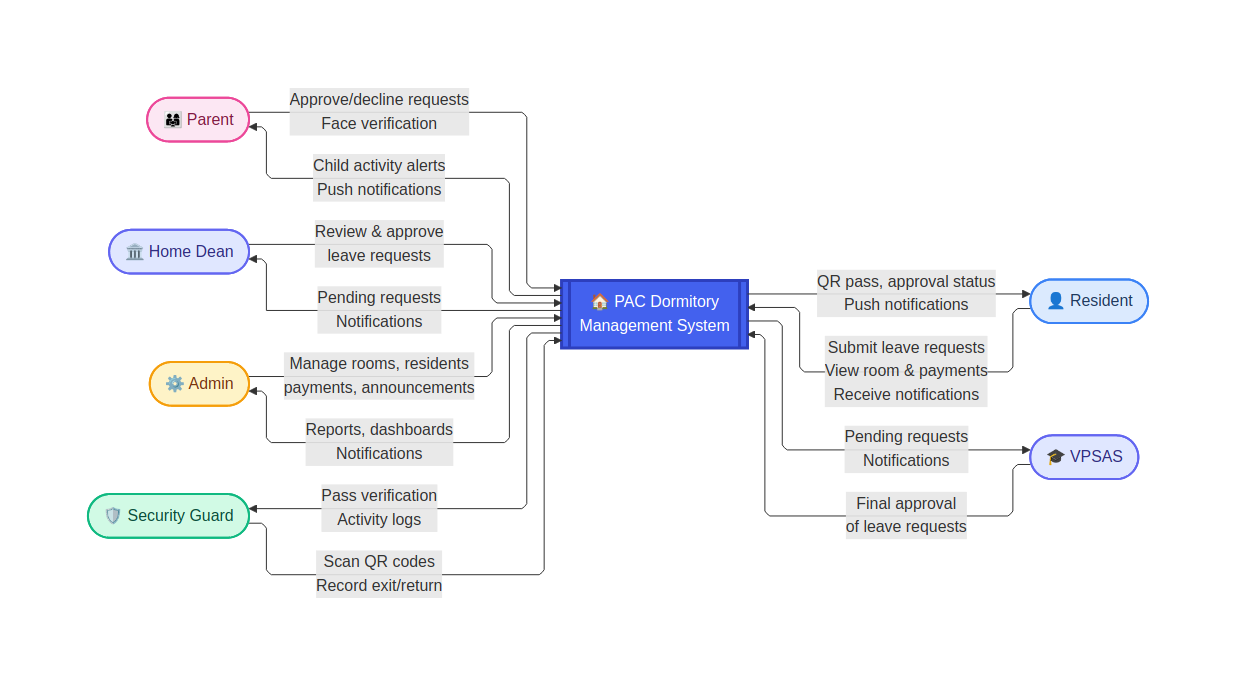
Earlier version of the Mermaid export docs/context-diagram.png (manuelortega13/dormitory-management-system). Its source is kept beside it as docs/context-diagram.mmd.
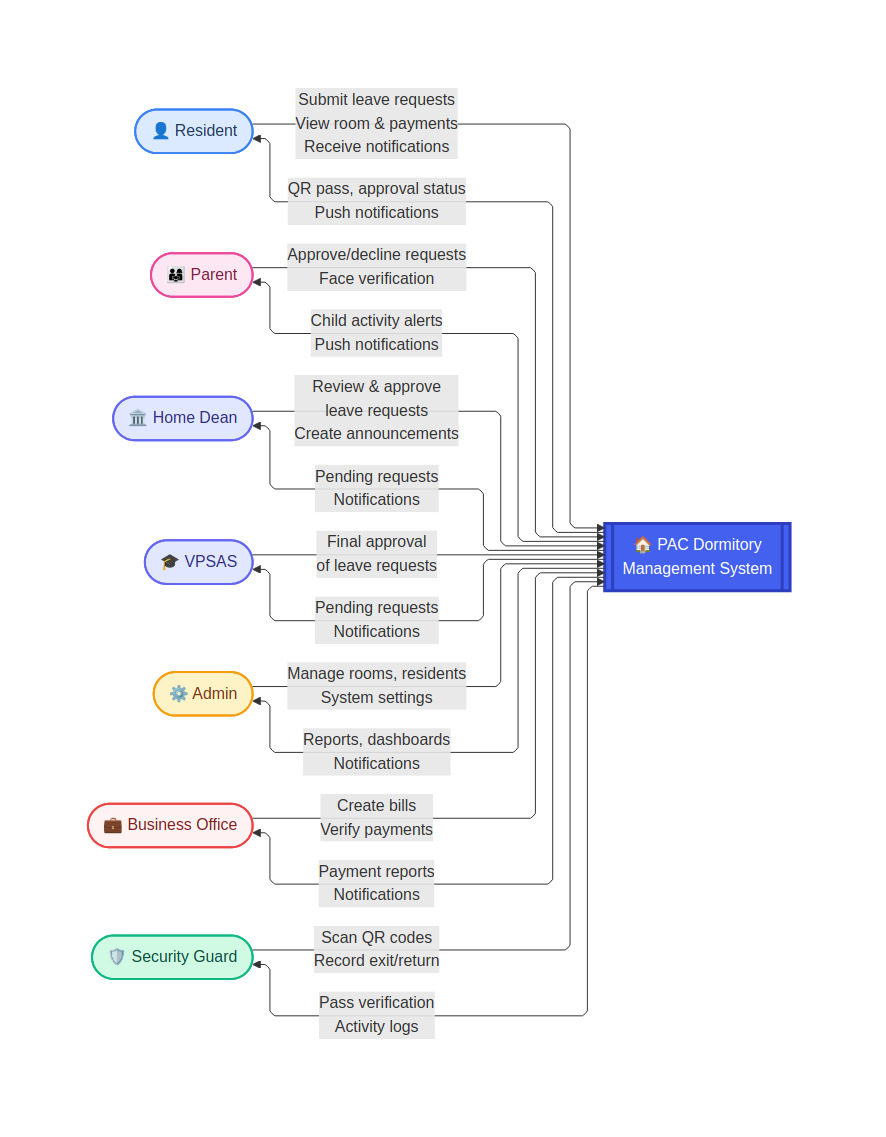
The same file after the commit.

Commit message:
Update diagrams: add BO role, assign dean to announcements

Change to the diagram source:
```diff
@@ -12,6 +12,7 @@
     HomeDean([🏛️ Home Dean])
     VPSAS([🎓 VPSAS])
     Admin([⚙️ Admin])
+    BO([💼 Business Office])
     SecurityGuard([🛡️ Security Guard])
 
     DMS[["🏠 PAC Dormitory<br/>Management System"]]
@@ -22,14 +23,17 @@
     Parent -->|Approve/decline requests<br/>Face verification| DMS
     DMS -->|Child activity alerts<br/>Push notifications| Parent
 
-    HomeDean -->|Review & approve<br/>leave requests| DMS
+    HomeDean -->|Review & approve<br/>leave requests<br/>Create announcements| DMS
     DMS -->|Pending requests<br/>Notifications| HomeDean
 
     VPSAS -->|Final approval<br/>of leave requests| DMS
     DMS -->|Pending requests<br/>Notifications| VPSAS
 
-    Admin -->|Manage rooms, residents<br/>payments, announcements| DMS
+    Admin -->|Manage rooms, residents<br/>System settings| DMS
     DMS -->|Reports, dashboards<br/>Notifications| Admin
+
+    BO -->|Create bills<br/>Verify payments| DMS
+    DMS -->|Payment reports<br/>Notifications| BO
 
     SecurityGuard -->|Scan QR codes<br/>Record exit/return| DMS
     DMS -->|Pass verification<br/>Activity logs| SecurityGuard
@@ -40,4 +44,5 @@
     style HomeDean fill:#e0e7ff,stroke:#6366f1,stroke-width:2px,color:#312e81
     style VPSAS fill:#e0e7ff,stroke:#6366f1,stroke-width:2px,color:#312e81
     style Admin fill:#fef3c7,stroke:#f59e0b,stroke-width:2px,color:#78350f
+    style BO fill:#fef2f2,stroke:#ef4444,stroke-width:2px,color:#7f1d1d
     style SecurityGuard fill:#d1fae5,stroke:#10b981,stroke-width:2px,color:#064e3b
```
